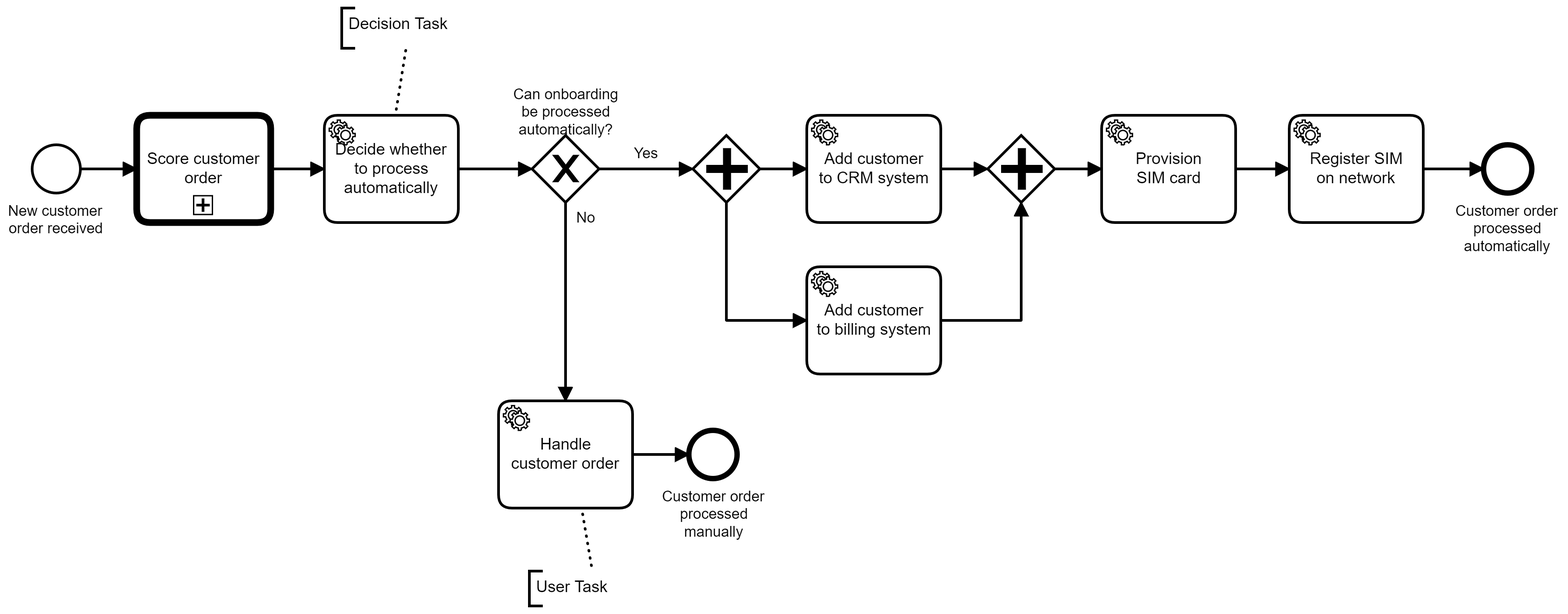
Before: docs/customer-onboarding-extended.png, a diagram exported from BPMN (berndruecker/customer-onboarding-camunda-8-springboot-extended). Its source is kept beside it as src/main/resources/customer-onboarding-extended.bpmn. Ids are renumbered. Its diagram source:
```xml
<bpmn:definitions xmlns:bpmn="http://www.omg.org/spec/BPMN/20100524/MODEL" xmlns:bpmndi="http://www.omg.org/spec/BPMN/20100524/DI" xmlns:dc="http://www.omg.org/spec/DD/20100524/DC" xmlns:di="http://www.omg.org/spec/DD/20100524/DI" xmlns:xsi="http://www.w3.org/2001/XMLSchema-instance" xmlns:zeebe="http://camunda.org/schema/zeebe/1.0" id="Definitions_n1" targetNamespace="http://bpmn.io/schema/bpmn" exporter="Zeebe Modeler" exporterVersion="0.11.0">
  <bpmn:process id="customer-onboarding-extended" name="Customer Onboarding (Extended)" isExecutable="true">
    <bpmn:startEvent id="StartEventCustomerOnboardingExtended" name="New customer order received">
      <bpmn:outgoing>Flow_n2</bpmn:outgoing>
    </bpmn:startEvent>
    <bpmn:exclusiveGateway id="GatewayCanBeProcessesAutomatically" name="Can onboarding be processed automatically?">
      <bpmn:incoming>Flow_n3</bpmn:incoming>
      <bpmn:outgoing>Flow_n4</bpmn:outgoing>
      <bpmn:outgoing>Flow_n5</bpmn:outgoing>
    </bpmn:exclusiveGateway>
    <bpmn:parallelGateway id="Gateway_n6">
      <bpmn:incoming>Flow_n5</bpmn:incoming>
      <bpmn:outgoing>Flow_n7</bpmn:outgoing>
      <bpmn:outgoing>Flow_n8</bpmn:outgoing>
    </bpmn:parallelGateway>
    <bpmn:parallelGateway id="Gateway_n9">
      <bpmn:incoming>Flow_n10</bpmn:incoming>
      <bpmn:incoming>Flow_n11</bpmn:incoming>
      <bpmn:outgoing>Flow_n12</bpmn:outgoing>
    </bpmn:parallelGateway>
    <bpmn:endEvent id="EndEventProcessesManually" name="Customer order&#10;processed manually">
      <bpmn:incoming>Flow_n13</bpmn:incoming>
    </bpmn:endEvent>
    <bpmn:endEvent id="EndEventProcessedAutomatically" name="Customer order processed automatically">
      <bpmn:incoming>Flow_n14</bpmn:incoming>
    </bpmn:endEvent>
    <bpmn:serviceTask id="TaskAddToCRM" name="Add customer&#10;to CRM system">
      <bpmn:extensionElements>
        <zeebe:taskDefinition type="addCustomerToCrm" />
      </bpmn:extensionElements>
      <bpmn:incoming>Flow_n7</bpmn:incoming>
      <bpmn:outgoing>Flow_n10</bpmn:outgoing>
    </bpmn:serviceTask>
    <bpmn:serviceTask id="TaskAddToBilling" name="Add customer&#10;to billing system">
      <bpmn:extensionElements>
        <zeebe:taskDefinition type="addCustomerToBilling" />
      </bpmn:extensionElements>
      <bpmn:incoming>Flow_n8</bpmn:incoming>
      <bpmn:outgoing>Flow_n11</bpmn:outgoing>
    </bpmn:serviceTask>
    <bpmn:serviceTask id="TaskProvisionSIM" name="Provision&#10;SIM card">
      <bpmn:extensionElements>
        <zeebe:taskDefinition type="provisionSIM" />
      </bpmn:extensionElements>
      <bpmn:incoming>Flow_n12</bpmn:incoming>
      <bpmn:outgoing>Flow_n15</bpmn:outgoing>
    </bpmn:serviceTask>
    <bpmn:serviceTask id="TaskRegisterSIM" name="Register SIM&#10;on network">
      <bpmn:extensionElements>
        <zeebe:taskDefinition type="registerSIM" />
      </bpmn:extensionElements>
      <bpmn:incoming>Flow_n15</bpmn:incoming>
      <bpmn:outgoing>Flow_n14</bpmn:outgoing>
    </bpmn:serviceTask>
    <bpmn:sequenceFlow id="Flow_n2" sourceRef="StartEventCustomerOnboardingExtended" targetRef="Activity_n16" />
    <bpmn:sequenceFlow id="Flow_n3" sourceRef="TaskValidateCustomerApplication" targetRef="GatewayCanBeProcessesAutomatically" />
    <bpmn:sequenceFlow id="Flow_n4" name="No" sourceRef="GatewayCanBeProcessesAutomatically" targetRef="TaskProcessApplicationManually">
      <bpmn:conditionExpression xsi:type="bpmn:tFormalExpression">=(automaticProcessing=false)</bpmn:conditionExpression>
    </bpmn:sequenceFlow>
    <bpmn:sequenceFlow id="Flow_n5" name="Yes" sourceRef="GatewayCanBeProcessesAutomatically" targetRef="Gateway_n6">
      <bpmn:conditionExpression xsi:type="bpmn:tFormalExpression">=(automaticProcessing=true)</bpmn:conditionExpression>
    </bpmn:sequenceFlow>
    <bpmn:sequenceFlow id="Flow_n13" sourceRef="TaskProcessApplicationManually" targetRef="EndEventProcessesManually" />
    <bpmn:sequenceFlow id="Flow_n7" sourceRef="Gateway_n6" targetRef="TaskAddToCRM" />
    <bpmn:sequenceFlow id="Flow_n8" sourceRef="Gateway_n6" targetRef="TaskAddToBilling" />
    <bpmn:sequenceFlow id="Flow_n10" sourceRef="TaskAddToCRM" targetRef="Gateway_n9" />
    <bpmn:sequenceFlow id="Flow_n11" sourceRef="TaskAddToBilling" targetRef="Gateway_n9" />
    <bpmn:sequenceFlow id="Flow_n12" sourceRef="Gateway_n9" targetRef="TaskProvisionSIM" />
    <bpmn:sequenceFlow id="Flow_n17" sourceRef="Activity_n16" targetRef="TaskValidateCustomerApplication" />
    <bpmn:sequenceFlow id="Flow_n15" sourceRef="TaskProvisionSIM" targetRef="TaskRegisterSIM" />
    <bpmn:sequenceFlow id="Flow_n14" sourceRef="TaskRegisterSIM" targetRef="EndEventProcessedAutomatically" />
    <bpmn:callActivity id="Activity_n16" name="Score customer order">
      <bpmn:extensionElements>
        <zeebe:calledElement processId="customer-scoring" />
      </bpmn:extensionElements>
      <bpmn:incoming>Flow_n2</bpmn:incoming>
      <bpmn:outgoing>Flow_n17</bpmn:outgoing>
    </bpmn:callActivity>
    <bpmn:serviceTask id="TaskProcessApplicationManually" name="Handle customer order">
      <bpmn:extensionElements>
        <zeebe:taskDefinition type="humanTask" />
      </bpmn:extensionElements>
      <bpmn:incoming>Flow_n4</bpmn:incoming>
      <bpmn:outgoing>Flow_n13</bpmn:outgoing>
    </bpmn:serviceTask>
    <bpmn:serviceTask id="TaskValidateCustomerApplication" name="Decide whether to process automatically">
      <bpmn:extensionElements>
        <zeebe:taskDefinition type="DMN" />
        <zeebe:taskHeaders>
          <zeebe:header key="decisionRef" value="customer-application-validation" />
        </zeebe:taskHeaders>
      </bpmn:extensionElements>
      <bpmn:incoming>Flow_n17</bpmn:incoming>
      <bpmn:outgoing>Flow_n3</bpmn:outgoing>
    </bpmn:serviceTask>
    <bpmn:textAnnotation id="TextAnnotation_n18">
      <bpmn:text>User Task</bpmn:text>
    </bpmn:textAnnotation>
    <bpmn:association id="Association_n19" sourceRef="TaskProcessApplicationManually" targetRef="TextAnnotation_n18" />
    <bpmn:textAnnotation id="TextAnnotation_n20">
      <bpmn:text>Decision Task</bpmn:text>
    </bpmn:textAnnotation>
    <bpmn:association id="Association_n21" sourceRef="TaskValidateCustomerApplication" targetRef="TextAnnotation_n20" />
  </bpmn:process>
  <bpmndi:BPMNDiagram id="BPMNDiagram_1">
    <bpmndi:BPMNPlane id="BPMNPlane_1" bpmnElement="customer-onboarding-extended">
      <bpmndi:BPMNEdge id="Flow_n14_di" bpmnElement="Flow_n14">
        <di:waypoint x="1217" y="200" />
        <di:waypoint x="1262" y="200" />
      </bpmndi:BPMNEdge>
      <bpmndi:BPMNEdge id="Flow_n15_di" bpmnElement="Flow_n15">
        <di:waypoint x="1077" y="200" />
        <di:waypoint x="1117" y="200" />
      </bpmndi:BPMNEdge>
      <bpmndi:BPMNEdge id="Flow_n17_di" bpmnElement="Flow_n17">
        <di:waypoint x="357" y="200" />
        <di:waypoint x="397" y="200" />
      </bpmndi:BPMNEdge>
      <bpmndi:BPMNEdge id="Flow_n12_di" bpmnElement="Flow_n12">
        <di:waypoint x="942" y="200" />
        <di:waypoint x="977" y="200" />
      </bpmndi:BPMNEdge>
      <bpmndi:BPMNEdge id="Flow_n11_di" bpmnElement="Flow_n11">
        <di:waypoint x="857" y="313" />
        <di:waypoint x="917" y="313" />
        <di:waypoint x="917" y="225" />
      </bpmndi:BPMNEdge>
      <bpmndi:BPMNEdge id="Flow_n10_di" bpmnElement="Flow_n10">
        <di:waypoint x="857" y="200" />
        <di:waypoint x="892" y="200" />
      </bpmndi:BPMNEdge>
      <bpmndi:BPMNEdge id="Flow_n8_di" bpmnElement="Flow_n8">
        <di:waypoint x="697" y="225" />
        <di:waypoint x="697" y="313" />
        <di:waypoint x="757" y="313" />
      </bpmndi:BPMNEdge>
      <bpmndi:BPMNEdge id="Flow_n7_di" bpmnElement="Flow_n7">
        <di:waypoint x="722" y="200" />
        <di:waypoint x="757" y="200" />
      </bpmndi:BPMNEdge>
      <bpmndi:BPMNEdge id="Flow_n13_di" bpmnElement="Flow_n13">
        <di:waypoint x="627" y="413" />
        <di:waypoint x="669" y="413" />
      </bpmndi:BPMNEdge>
      <bpmndi:BPMNEdge id="Flow_n5_di" bpmnElement="Flow_n5">
        <di:waypoint x="602" y="200" />
        <di:waypoint x="672" y="200" />
        <bpmndi:BPMNLabel>
          <dc:Bounds x="628" y="182" width="18" height="14" />
        </bpmndi:BPMNLabel>
      </bpmndi:BPMNEdge>
      <bpmndi:BPMNEdge id="Flow_n4_di" bpmnElement="Flow_n4">
        <di:waypoint x="577" y="225" />
        <di:waypoint x="577" y="373" />
        <bpmndi:BPMNLabel>
          <dc:Bounds x="585" y="230" width="15" height="14" />
        </bpmndi:BPMNLabel>
      </bpmndi:BPMNEdge>
      <bpmndi:BPMNEdge id="Flow_n3_di" bpmnElement="Flow_n3">
        <di:waypoint x="497" y="200" />
        <di:waypoint x="552" y="200" />
      </bpmndi:BPMNEdge>
      <bpmndi:BPMNEdge id="Flow_n2_di" bpmnElement="Flow_n2">
        <di:waypoint x="215" y="200" />
        <di:waypoint x="257" y="200" />
      </bpmndi:BPMNEdge>
      <bpmndi:BPMNShape id="Event_0g014he_di" bpmnElement="StartEventCustomerOnboardingExtended">
        <dc:Bounds x="179" y="182" width="36" height="36" />
        <bpmndi:BPMNLabel>
          <dc:Bounds x="161" y="225" width="72" height="27" />
        </bpmndi:BPMNLabel>
      </bpmndi:BPMNShape>
      <bpmndi:BPMNShape id="Gateway_1lbjsi1_di" bpmnElement="GatewayCanBeProcessesAutomatically" isMarkerVisible="true">
        <dc:Bounds x="552" y="175" width="50" height="50" />
        <bpmndi:BPMNLabel>
          <dc:Bounds x="538" y="138" width="79" height="40" />
        </bpmndi:BPMNLabel>
      </bpmndi:BPMNShape>
      <bpmndi:BPMNShape id="Gateway_n6_di" bpmnElement="Gateway_n6">
        <dc:Bounds x="672" y="175" width="50" height="50" />
      </bpmndi:BPMNShape>
      <bpmndi:BPMNShape id="Gateway_n9_di" bpmnElement="Gateway_n9">
        <dc:Bounds x="892" y="175" width="50" height="50" />
      </bpmndi:BPMNShape>
      <bpmndi:BPMNShape id="Event_10oeyrf_di" bpmnElement="EndEventProcessesManually">
        <dc:Bounds x="669" y="395" width="36" height="36" />
        <bpmndi:BPMNLabel>
          <dc:Bounds x="649" y="438" width="78" height="40" />
        </bpmndi:BPMNLabel>
      </bpmndi:BPMNShape>
      <bpmndi:BPMNShape id="Event_0jilnd0_di" bpmnElement="EndEventProcessedAutomatically">
        <dc:Bounds x="1262" y="182" width="36" height="36" />
        <bpmndi:BPMNLabel>
          <dc:Bounds x="1241" y="225" width="78" height="40" />
        </bpmndi:BPMNLabel>
      </bpmndi:BPMNShape>
      <bpmndi:BPMNShape id="Activity_1ie88u3_di" bpmnElement="TaskAddToCRM">
        <dc:Bounds x="757" y="160" width="100" height="80" />
      </bpmndi:BPMNShape>
      <bpmndi:BPMNShape id="Activity_1w4y3mv_di" bpmnElement="TaskAddToBilling">
        <dc:Bounds x="757" y="273" width="100" height="80" />
      </bpmndi:BPMNShape>
      <bpmndi:BPMNShape id="Activity_1oc63h6_di" bpmnElement="TaskProvisionSIM">
        <dc:Bounds x="977" y="160" width="100" height="80" />
      </bpmndi:BPMNShape>
      <bpmndi:BPMNShape id="Activity_00jhydh_di" bpmnElement="TaskRegisterSIM">
        <dc:Bounds x="1117" y="160" width="100" height="80" />
      </bpmndi:BPMNShape>
      <bpmndi:BPMNShape id="Activity_16twdxf_di" bpmnElement="Activity_n16">
        <dc:Bounds x="257" y="160" width="100" height="80" />
      </bpmndi:BPMNShape>
      <bpmndi:BPMNShape id="Activity_1ysrfd6_di" bpmnElement="TaskProcessApplicationManually">
        <dc:Bounds x="527" y="373" width="100" height="80" />
      </bpmndi:BPMNShape>
      <bpmndi:BPMNShape id="Activity_1pe5vbe_di" bpmnElement="TaskValidateCustomerApplication">
        <dc:Bounds x="397" y="160" width="100" height="80" />
      </bpmndi:BPMNShape>
      <bpmndi:BPMNShape id="TextAnnotation_n18_di" bpmnElement="TextAnnotation_n18">
        <dc:Bounds x="550" y="500" width="100" height="26" />
      </bpmndi:BPMNShape>
      <bpmndi:BPMNShape id="TextAnnotation_n20_di" bpmnElement="TextAnnotation_n20">
        <dc:Bounds x="410" y="80" width="100" height="30" />
      </bpmndi:BPMNShape>
      <bpmndi:BPMNEdge id="Association_n19_di" bpmnElement="Association_n19">
        <di:waypoint x="589" y="453" />
        <di:waypoint x="597" y="500" />
      </bpmndi:BPMNEdge>
      <bpmndi:BPMNEdge id="Association_n21_di" bpmnElement="Association_n21">
        <di:waypoint x="450" y="160" />
        <di:waypoint x="458" y="110" />
      </bpmndi:BPMNEdge>
    </bpmndi:BPMNPlane>
  </bpmndi:BPMNDiagram>
</bpmn:definitions>
```
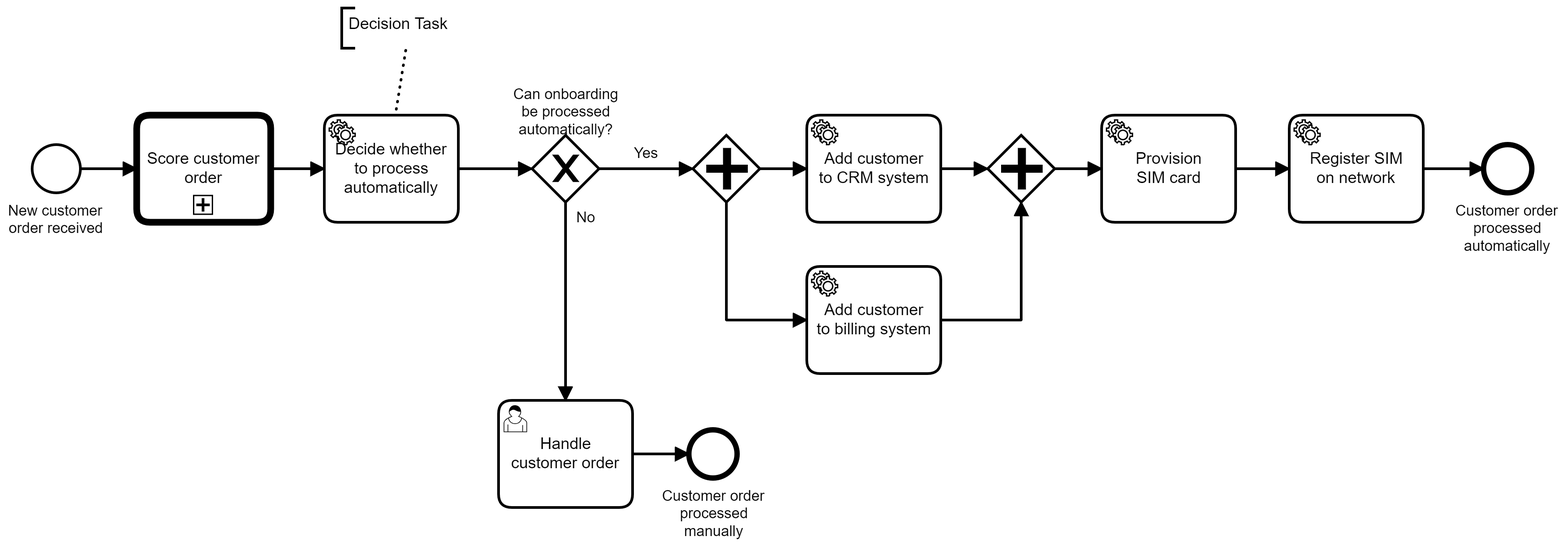
Later version of the same file.

Diff of the diagram source:
```diff
@@ -1,4 +1,4 @@
-<bpmn:definitions xmlns:bpmn="http://www.omg.org/spec/BPMN/20100524/MODEL" xmlns:bpmndi="http://www.omg.org/spec/BPMN/20100524/DI" xmlns:dc="http://www.omg.org/spec/DD/20100524/DC" xmlns:di="http://www.omg.org/spec/DD/20100524/DI" xmlns:xsi="http://www.w3.org/2001/XMLSchema-instance" xmlns:zeebe="http://camunda.org/schema/zeebe/1.0" id="Definitions_n1" targetNamespace="http://bpmn.io/schema/bpmn" exporter="Zeebe Modeler" exporterVersion="0.11.0">
+<bpmn:definitions xmlns:bpmn="http://www.omg.org/spec/BPMN/20100524/MODEL" xmlns:bpmndi="http://www.omg.org/spec/BPMN/20100524/DI" xmlns:dc="http://www.omg.org/spec/DD/20100524/DC" xmlns:di="http://www.omg.org/spec/DD/20100524/DI" xmlns:xsi="http://www.w3.org/2001/XMLSchema-instance" xmlns:zeebe="http://camunda.org/schema/zeebe/1.0" id="Definitions_n1" targetNamespace="http://bpmn.io/schema/bpmn" exporter="Camunda Modeler" exporterVersion="4.8.0">
   <bpmn:process id="customer-onboarding-extended" name="Customer Onboarding (Extended)" isExecutable="true">
     <bpmn:startEvent id="StartEventCustomerOnboardingExtended" name="New customer order received">
       <bpmn:outgoing>Flow_n2</bpmn:outgoing>
@@ -76,13 +76,6 @@
       <bpmn:incoming>Flow_n2</bpmn:incoming>
       <bpmn:outgoing>Flow_n17</bpmn:outgoing>
     </bpmn:callActivity>
-    <bpmn:serviceTask id="TaskProcessApplicationManually" name="Handle customer order">
-      <bpmn:extensionElements>
-        <zeebe:taskDefinition type="humanTask" />
-      </bpmn:extensionElements>
-      <bpmn:incoming>Flow_n4</bpmn:incoming>
-      <bpmn:outgoing>Flow_n13</bpmn:outgoing>
-    </bpmn:serviceTask>
     <bpmn:serviceTask id="TaskValidateCustomerApplication" name="Decide whether to process automatically">
       <bpmn:extensionElements>
         <zeebe:taskDefinition type="DMN" />
@@ -93,10 +86,13 @@
       <bpmn:incoming>Flow_n17</bpmn:incoming>
       <bpmn:outgoing>Flow_n3</bpmn:outgoing>
     </bpmn:serviceTask>
-    <bpmn:textAnnotation id="TextAnnotation_n18">
-      <bpmn:text>User Task</bpmn:text>
-    </bpmn:textAnnotation>
-    <bpmn:association id="Association_n19" sourceRef="TaskProcessApplicationManually" targetRef="TextAnnotation_n18" />
+    <bpmn:userTask id="TaskProcessApplicationManually" name="Handle customer order">
+      <bpmn:extensionElements>
+        <zeebe:taskDefinition type="humanTask" />
+      </bpmn:extensionElements>
+      <bpmn:incoming>Flow_n4</bpmn:incoming>
+      <bpmn:outgoing>Flow_n13</bpmn:outgoing>
+    </bpmn:userTask>
     <bpmn:textAnnotation id="TextAnnotation_n20">
       <bpmn:text>Decision Task</bpmn:text>
     </bpmn:textAnnotation>
@@ -209,22 +205,15 @@
       <bpmndi:BPMNShape id="Activity_16twdxf_di" bpmnElement="Activity_n16">
         <dc:Bounds x="257" y="160" width="100" height="80" />
       </bpmndi:BPMNShape>
-      <bpmndi:BPMNShape id="Activity_1ysrfd6_di" bpmnElement="TaskProcessApplicationManually">
-        <dc:Bounds x="527" y="373" width="100" height="80" />
-      </bpmndi:BPMNShape>
       <bpmndi:BPMNShape id="Activity_1pe5vbe_di" bpmnElement="TaskValidateCustomerApplication">
         <dc:Bounds x="397" y="160" width="100" height="80" />
-      </bpmndi:BPMNShape>
-      <bpmndi:BPMNShape id="TextAnnotation_n18_di" bpmnElement="TextAnnotation_n18">
-        <dc:Bounds x="550" y="500" width="100" height="26" />
       </bpmndi:BPMNShape>
       <bpmndi:BPMNShape id="TextAnnotation_n20_di" bpmnElement="TextAnnotation_n20">
         <dc:Bounds x="410" y="80" width="100" height="30" />
       </bpmndi:BPMNShape>
-      <bpmndi:BPMNEdge id="Association_n19_di" bpmnElement="Association_n19">
-        <di:waypoint x="589" y="453" />
-        <di:waypoint x="597" y="500" />
-      </bpmndi:BPMNEdge>
+      <bpmndi:BPMNShape id="Activity_1ebfgca_di" bpmnElement="TaskProcessApplicationManually">
+        <dc:Bounds x="527" y="373" width="100" height="80" />
+      </bpmndi:BPMNShape>
       <bpmndi:BPMNEdge id="Association_n21_di" bpmnElement="Association_n21">
         <di:waypoint x="450" y="160" />
         <di:waypoint x="458" y="110" />
```
